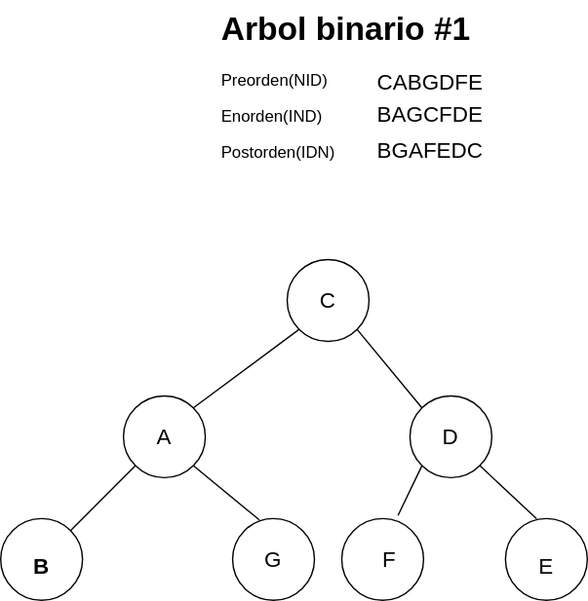
Above: Estructura-de-datos/Arboles/recorrido2.drawio.svg in Nordcode-cyber/Algoritmos-Estructdatos (draw.io), before the change. Source tidied: cells renumbered, new cells last; positions are measured from the earlier drawing's top-left corner, leaving out a move shared by most shapes.
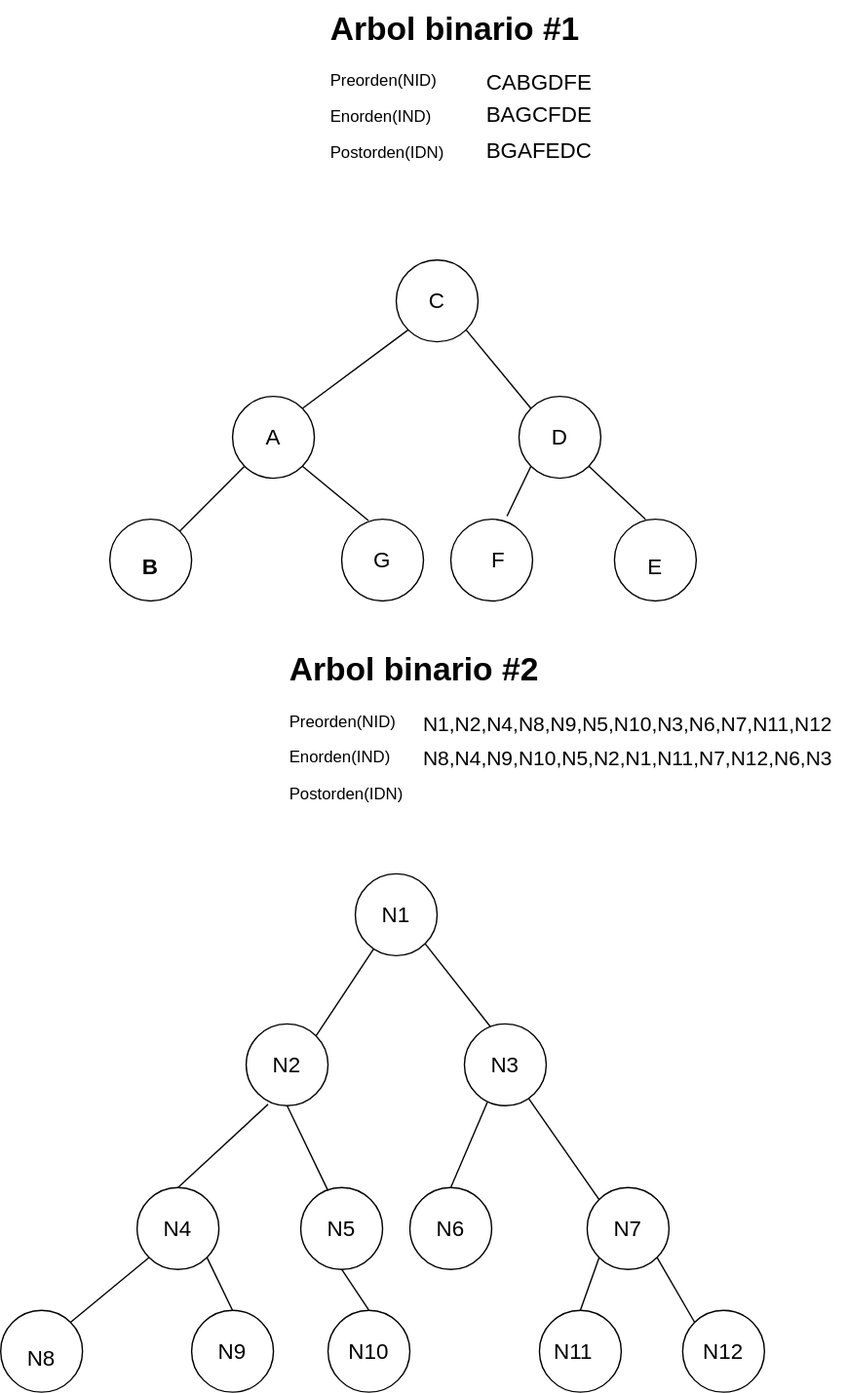
Later version of the same file.

Diff of the diagram source:
```diff
@@ -74,5 +74,119 @@
     <mxCell id="25" value="&lt;font style=&quot;color: light-dark(rgb(0, 0, 0), rgb(204, 0, 0)); font-size: 16px;&quot;&gt;BGAFEDC&lt;/font&gt;" style="text;html=1;align=center;verticalAlign=middle;whiteSpace=wrap;rounded=0;" parent="1" vertex="1">
       <mxGeometry x="255" y="95" width="120" height="30" as="geometry" />
     </mxCell>
+    <mxCell id="26" value="&lt;h1 style=&quot;margin-top: 0px;&quot;&gt;Arbol binario #2&lt;/h1&gt;&lt;p&gt;&lt;font&gt;Preorden(NID)&lt;/font&gt;&lt;/p&gt;&lt;p&gt;&lt;font&gt;Enorden(IND)&lt;/font&gt;&lt;/p&gt;&lt;p&gt;&lt;font&gt;Postorden(IDN)&lt;/font&gt;&lt;/p&gt;" style="text;html=1;whiteSpace=wrap;overflow=hidden;rounded=0;" parent="1" vertex="1">
+      <mxGeometry x="130" y="470" width="250" height="120" as="geometry" />
+    </mxCell>
+    <mxCell id="27" style="ellipse;whiteSpace=wrap;html=1;fillColor=none;" parent="1" vertex="1">
+      <mxGeometry x="180" y="640" width="60" height="60" as="geometry" />
+    </mxCell>
+    <mxCell id="28" style="ellipse;whiteSpace=wrap;html=1;fillColor=none;" parent="1" vertex="1">
+      <mxGeometry x="100" y="750" width="60" height="60" as="geometry" />
+    </mxCell>
+    <mxCell id="29" style="ellipse;whiteSpace=wrap;html=1;fillColor=none;" parent="1" vertex="1">
+      <mxGeometry x="260" y="750" width="60" height="60" as="geometry" />
+    </mxCell>
+    <mxCell id="30" style="ellipse;whiteSpace=wrap;html=1;fillColor=none;" parent="1" vertex="1">
+      <mxGeometry x="20" y="870" width="60" height="60" as="geometry" />
+    </mxCell>
+    <mxCell id="31" style="ellipse;whiteSpace=wrap;html=1;fillColor=none;" parent="1" vertex="1">
+      <mxGeometry x="140" y="870" width="60" height="60" as="geometry" />
+    </mxCell>
+    <mxCell id="32" style="ellipse;whiteSpace=wrap;html=1;fillColor=none;" parent="1" vertex="1">
+      <mxGeometry x="220" y="870" width="60" height="60" as="geometry" />
+    </mxCell>
+    <mxCell id="33" style="ellipse;whiteSpace=wrap;html=1;fillColor=none;" parent="1" vertex="1">
+      <mxGeometry x="350" y="870" width="60" height="60" as="geometry" />
+    </mxCell>
+    <mxCell id="34" style="ellipse;whiteSpace=wrap;html=1;fillColor=none;" parent="1" vertex="1">
+      <mxGeometry x="-80" y="960" width="60" height="60" as="geometry" />
+    </mxCell>
+    <mxCell id="35" style="ellipse;whiteSpace=wrap;html=1;fillColor=none;" parent="1" vertex="1">
+      <mxGeometry x="60" y="960" width="60" height="60" as="geometry" />
+    </mxCell>
+    <mxCell id="36" style="ellipse;whiteSpace=wrap;html=1;fillColor=none;" parent="1" vertex="1">
+      <mxGeometry x="160" y="960" width="60" height="60" as="geometry" />
+    </mxCell>
+    <mxCell id="37" style="ellipse;whiteSpace=wrap;html=1;fillColor=none;" parent="1" vertex="1">
+      <mxGeometry x="420" y="960" width="60" height="60" as="geometry" />
+    </mxCell>
+    <mxCell id="38" style="ellipse;whiteSpace=wrap;html=1;fillColor=none;" parent="1" vertex="1">
+      <mxGeometry x="315" y="960" width="60" height="60" as="geometry" />
+    </mxCell>
+    <mxCell id="39" style="endArrow=none;html=1;strokeWidth=1;exitX=1;exitY=0;exitDx=0;exitDy=0;" parent="1" edge="1" source="28" target="27">
+      <mxGeometry relative="1" as="geometry" />
+    </mxCell>
+    <mxCell id="40" style="endArrow=none;html=1;strokeWidth=1;entryX=1;entryY=1;entryDx=0;entryDy=0;exitX=0.32;exitY=0.037;exitDx=0;exitDy=0;exitPerimeter=0;" parent="1" edge="1" source="29" target="27">
+      <mxGeometry relative="1" as="geometry" />
+    </mxCell>
+    <mxCell id="41" style="endArrow=none;html=1;strokeWidth=1;exitX=0;exitY=0;exitDx=0;exitDy=0;" parent="1" edge="1" source="33" target="29">
+      <mxGeometry relative="1" as="geometry" />
+    </mxCell>
+    <mxCell id="42" style="endArrow=none;html=1;strokeWidth=1;exitX=0.5;exitY=0;exitDx=0;exitDy=0;entryX=0.28;entryY=0.957;entryDx=0;entryDy=0;entryPerimeter=0;" parent="1" edge="1" source="32" target="29">
+      <mxGeometry relative="1" as="geometry" />
+    </mxCell>
+    <mxCell id="43" style="endArrow=none;html=1;strokeWidth=1;entryX=0.267;entryY=0.983;entryDx=0;entryDy=0;exitX=0.5;exitY=0;exitDx=0;exitDy=0;entryPerimeter=0;" parent="1" edge="1" source="30" target="28">
+      <mxGeometry relative="1" as="geometry" />
+    </mxCell>
+    <mxCell id="44" style="endArrow=none;html=1;strokeWidth=1;entryX=0.5;entryY=1;entryDx=0;entryDy=0;exitX=0.333;exitY=0.037;exitDx=0;exitDy=0;exitPerimeter=0;" parent="1" edge="1" source="31" target="28">
+      <mxGeometry relative="1" as="geometry" />
+    </mxCell>
+    <mxCell id="45" style="endArrow=none;html=1;entryX=1;entryY=1;entryDx=0;entryDy=0;exitX=0;exitY=0;exitDx=0;exitDy=0;" parent="1" edge="1" source="37" target="33">
+      <mxGeometry relative="1" as="geometry" />
+    </mxCell>
+    <mxCell id="46" style="endArrow=none;html=1;entryX=0;entryY=1;entryDx=0;entryDy=0;exitX=0.5;exitY=0;exitDx=0;exitDy=0;" parent="1" edge="1" source="38" target="33">
+      <mxGeometry relative="1" as="geometry" />
+    </mxCell>
+    <mxCell id="47" style="endArrow=none;html=1;entryX=0;entryY=1;entryDx=0;entryDy=0;exitX=1;exitY=0;exitDx=0;exitDy=0;" parent="1" edge="1" source="34" target="30">
+      <mxGeometry relative="1" as="geometry" />
+    </mxCell>
+    <mxCell id="48" style="endArrow=none;html=1;entryX=1;entryY=1;entryDx=0;entryDy=0;exitX=0.5;exitY=0;exitDx=0;exitDy=0;" parent="1" edge="1" source="35" target="30">
+      <mxGeometry relative="1" as="geometry" />
+    </mxCell>
+    <mxCell id="49" style="endArrow=none;html=1;entryX=0.5;entryY=1;entryDx=0;entryDy=0;exitX=0.5;exitY=0;exitDx=0;exitDy=0;" parent="1" edge="1" source="36" target="31">
+      <mxGeometry relative="1" as="geometry" />
+    </mxCell>
+    <mxCell id="50" value="&lt;font style=&quot;font-size: 16px; color: light-dark(rgb(0, 0, 0), rgb(102, 255, 102));&quot;&gt;N1&lt;/font&gt;" style="text;html=1;align=center;verticalAlign=middle;whiteSpace=wrap;rounded=0;" parent="1" vertex="1">
+      <mxGeometry x="180" y="655" width="60" height="30" as="geometry" />
+    </mxCell>
+    <mxCell id="51" value="&lt;font style=&quot;font-size: 16px; color: light-dark(rgb(0, 0, 0), rgb(102, 255, 102));&quot;&gt;N2&lt;/font&gt;" style="text;html=1;align=center;verticalAlign=middle;whiteSpace=wrap;rounded=0;" parent="1" vertex="1">
+      <mxGeometry x="100" y="765" width="60" height="30" as="geometry" />
+    </mxCell>
+    <mxCell id="52" value="&lt;font style=&quot;font-size: 16px; color: light-dark(rgb(0, 0, 0), rgb(102, 255, 102));&quot;&gt;N3&lt;/font&gt;" style="text;html=1;align=center;verticalAlign=middle;whiteSpace=wrap;rounded=0;" parent="1" vertex="1">
+      <mxGeometry x="260" y="765" width="60" height="30" as="geometry" />
+    </mxCell>
+    <mxCell id="53" value="&lt;font style=&quot;font-size: 16px; color: light-dark(rgb(0, 0, 0), rgb(102, 255, 102));&quot;&gt;N4&lt;/font&gt;" style="text;html=1;align=center;verticalAlign=middle;whiteSpace=wrap;rounded=0;" parent="1" vertex="1">
+      <mxGeometry x="20" y="885" width="60" height="30" as="geometry" />
+    </mxCell>
+    <mxCell id="54" value="&lt;font style=&quot;font-size: 16px; color: light-dark(rgb(0, 0, 0), rgb(102, 255, 102));&quot;&gt;N5&lt;/font&gt;" style="text;html=1;align=center;verticalAlign=middle;whiteSpace=wrap;rounded=0;" parent="1" vertex="1">
+      <mxGeometry x="140" y="885" width="60" height="30" as="geometry" />
+    </mxCell>
+    <mxCell id="55" value="&lt;font style=&quot;font-size: 16px; color: light-dark(rgb(0, 0, 0), rgb(102, 255, 102));&quot;&gt;N6&lt;/font&gt;" style="text;html=1;align=center;verticalAlign=middle;whiteSpace=wrap;rounded=0;" parent="1" vertex="1">
+      <mxGeometry x="220" y="885" width="60" height="30" as="geometry" />
+    </mxCell>
+    <mxCell id="56" value="&lt;font style=&quot;font-size: 16px; color: light-dark(rgb(0, 0, 0), rgb(102, 255, 102));&quot;&gt;N7&lt;/font&gt;" style="text;html=1;align=center;verticalAlign=middle;whiteSpace=wrap;rounded=0;" parent="1" vertex="1">
+      <mxGeometry x="350" y="885" width="60" height="30" as="geometry" />
+    </mxCell>
+    <mxCell id="57" value="&lt;font style=&quot;font-size: 16px; color: light-dark(rgb(0, 0, 0), rgb(102, 255, 102));&quot;&gt;N8&lt;/font&gt;" style="text;html=1;align=center;verticalAlign=middle;whiteSpace=wrap;rounded=0;" parent="1" vertex="1">
+      <mxGeometry x="-80" y="980" width="60" height="30" as="geometry" />
+    </mxCell>
+    <mxCell id="58" value="&lt;font style=&quot;font-size: 16px; color: light-dark(rgb(0, 0, 0), rgb(102, 255, 102));&quot;&gt;N9&lt;/font&gt;" style="text;html=1;align=center;verticalAlign=middle;whiteSpace=wrap;rounded=0;" parent="1" vertex="1">
+      <mxGeometry x="60" y="975" width="60" height="30" as="geometry" />
+    </mxCell>
+    <mxCell id="59" value="&lt;font style=&quot;font-size: 16px; color: light-dark(rgb(0, 0, 0), rgb(102, 255, 102));&quot;&gt;N10&lt;/font&gt;" style="text;html=1;align=center;verticalAlign=middle;whiteSpace=wrap;rounded=0;" parent="1" vertex="1">
+      <mxGeometry x="160" y="975" width="60" height="30" as="geometry" />
+    </mxCell>
+    <mxCell id="60" value="&lt;font style=&quot;font-size: 16px; color: light-dark(rgb(0, 0, 0), rgb(102, 255, 102));&quot;&gt;N11&lt;/font&gt;" style="text;html=1;align=center;verticalAlign=middle;whiteSpace=wrap;rounded=0;" parent="1" vertex="1">
+      <mxGeometry x="310" y="975" width="60" height="30" as="geometry" />
+    </mxCell>
+    <mxCell id="61" value="&lt;font style=&quot;font-size: 16px; color: light-dark(rgb(0, 0, 0), rgb(102, 255, 102));&quot;&gt;N12&lt;/font&gt;" style="text;html=1;align=center;verticalAlign=middle;whiteSpace=wrap;rounded=0;" parent="1" vertex="1">
+      <mxGeometry x="420" y="975" width="60" height="30" as="geometry" />
+    </mxCell>
+    <mxCell id="62" value="&lt;font style=&quot;font-size: 15px; color: light-dark(rgb(0, 0, 0), rgb(204, 0, 0));&quot;&gt;N1,N2,N4,N8,N9,N5,N10,N3,N6,N7,N11,N12&lt;/font&gt;" style="text;html=1;align=center;verticalAlign=middle;whiteSpace=wrap;rounded=0;" parent="1" vertex="1">
+      <mxGeometry x="220" y="515" width="320" height="30" as="geometry" />
+    </mxCell>
+    <mxCell id="63" value="&lt;font style=&quot;font-size: 15px; color: light-dark(rgb(0, 0, 0), rgb(204, 0, 0));&quot;&gt;N8,N4,N9,N10,N5,N2,N1,N11,N7,N12,N6,N3&lt;/font&gt;" style="text;html=1;align=center;verticalAlign=middle;whiteSpace=wrap;rounded=0;" parent="1" vertex="1">
+      <mxGeometry x="220" y="540" width="320" height="30" as="geometry" />
+    </mxCell>
   </root>
 </mxGraphModel>
```
